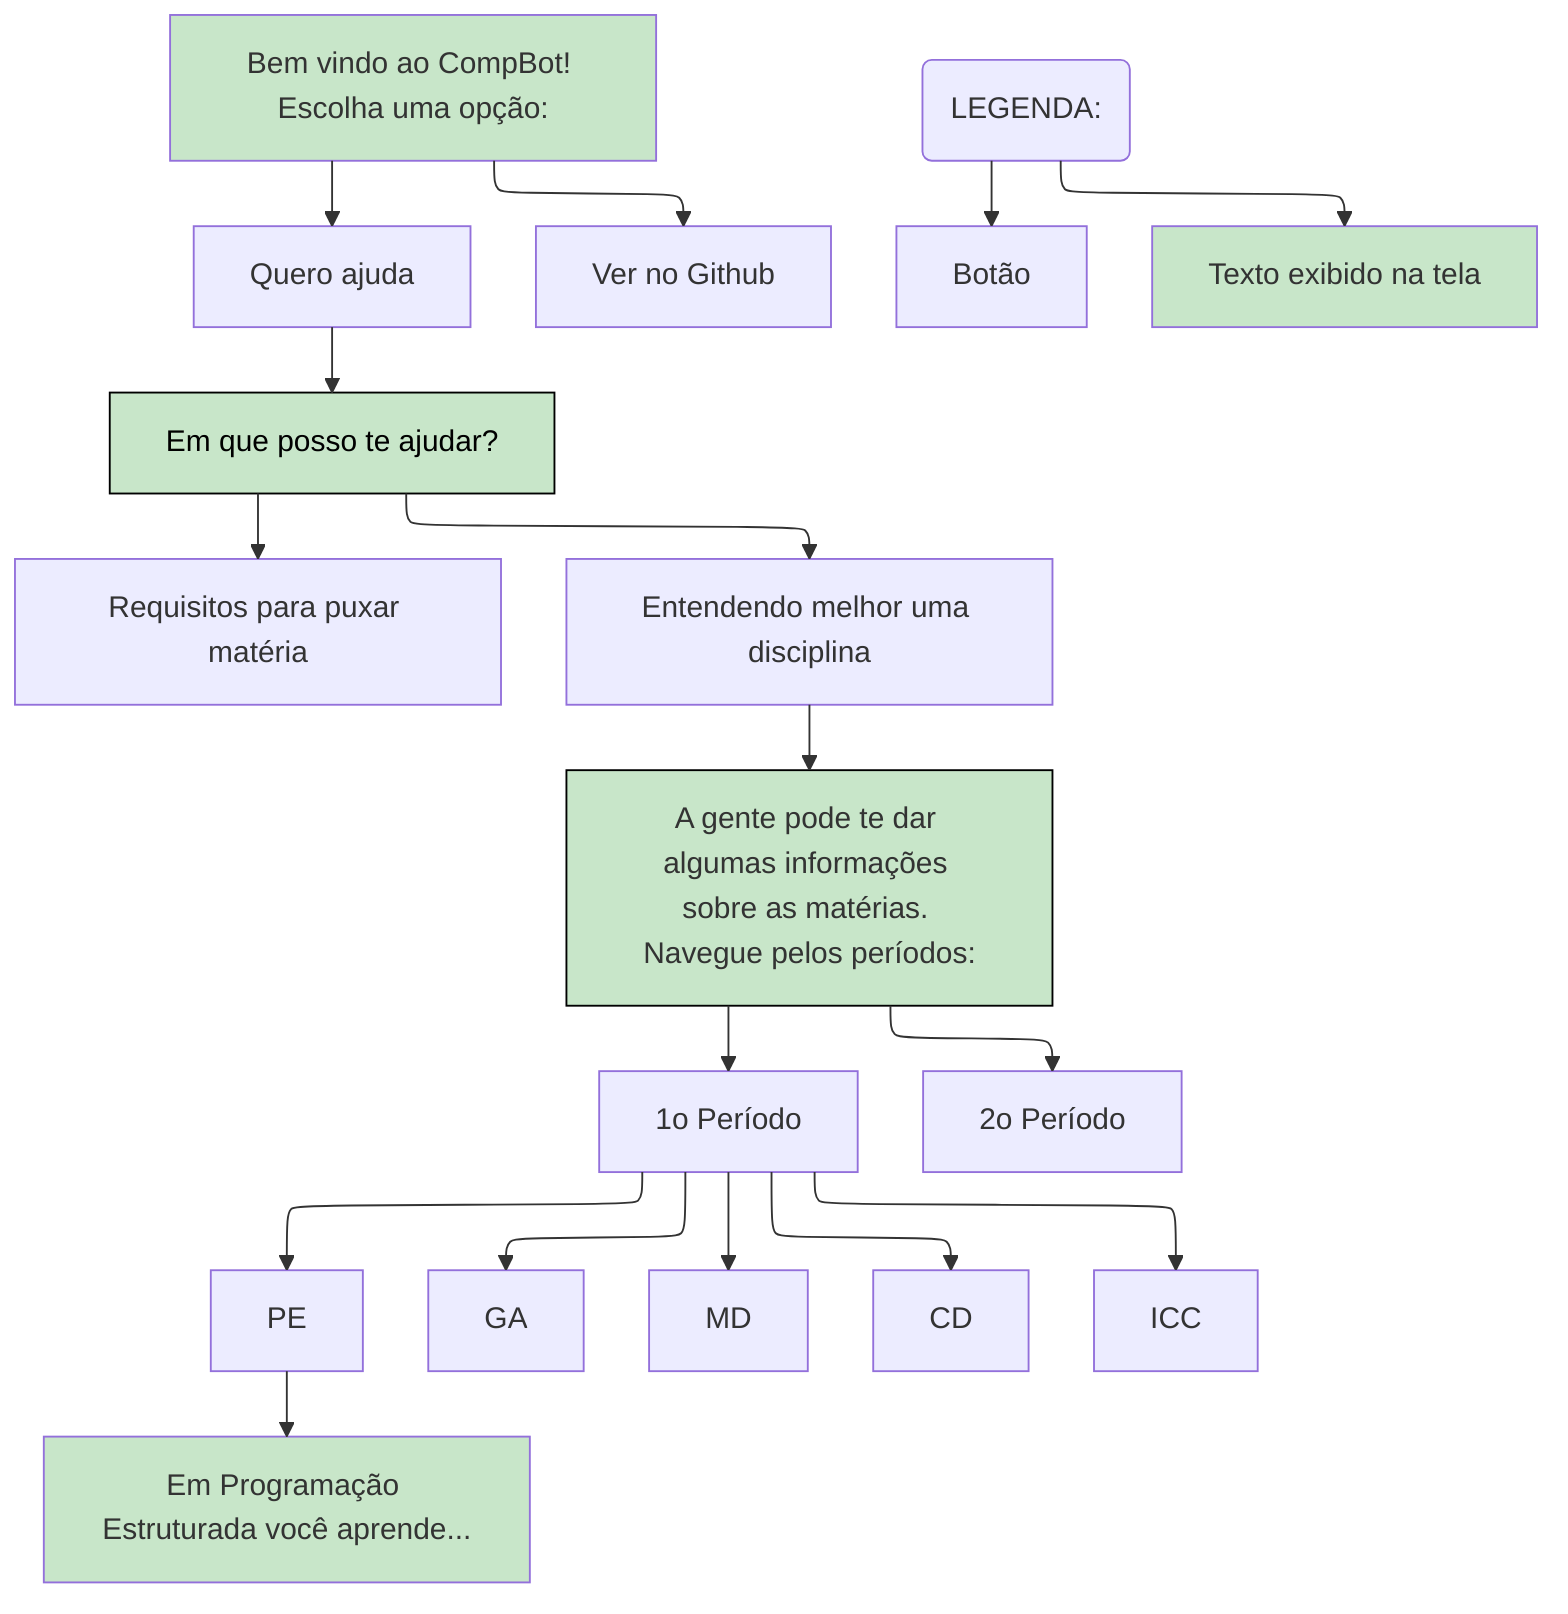
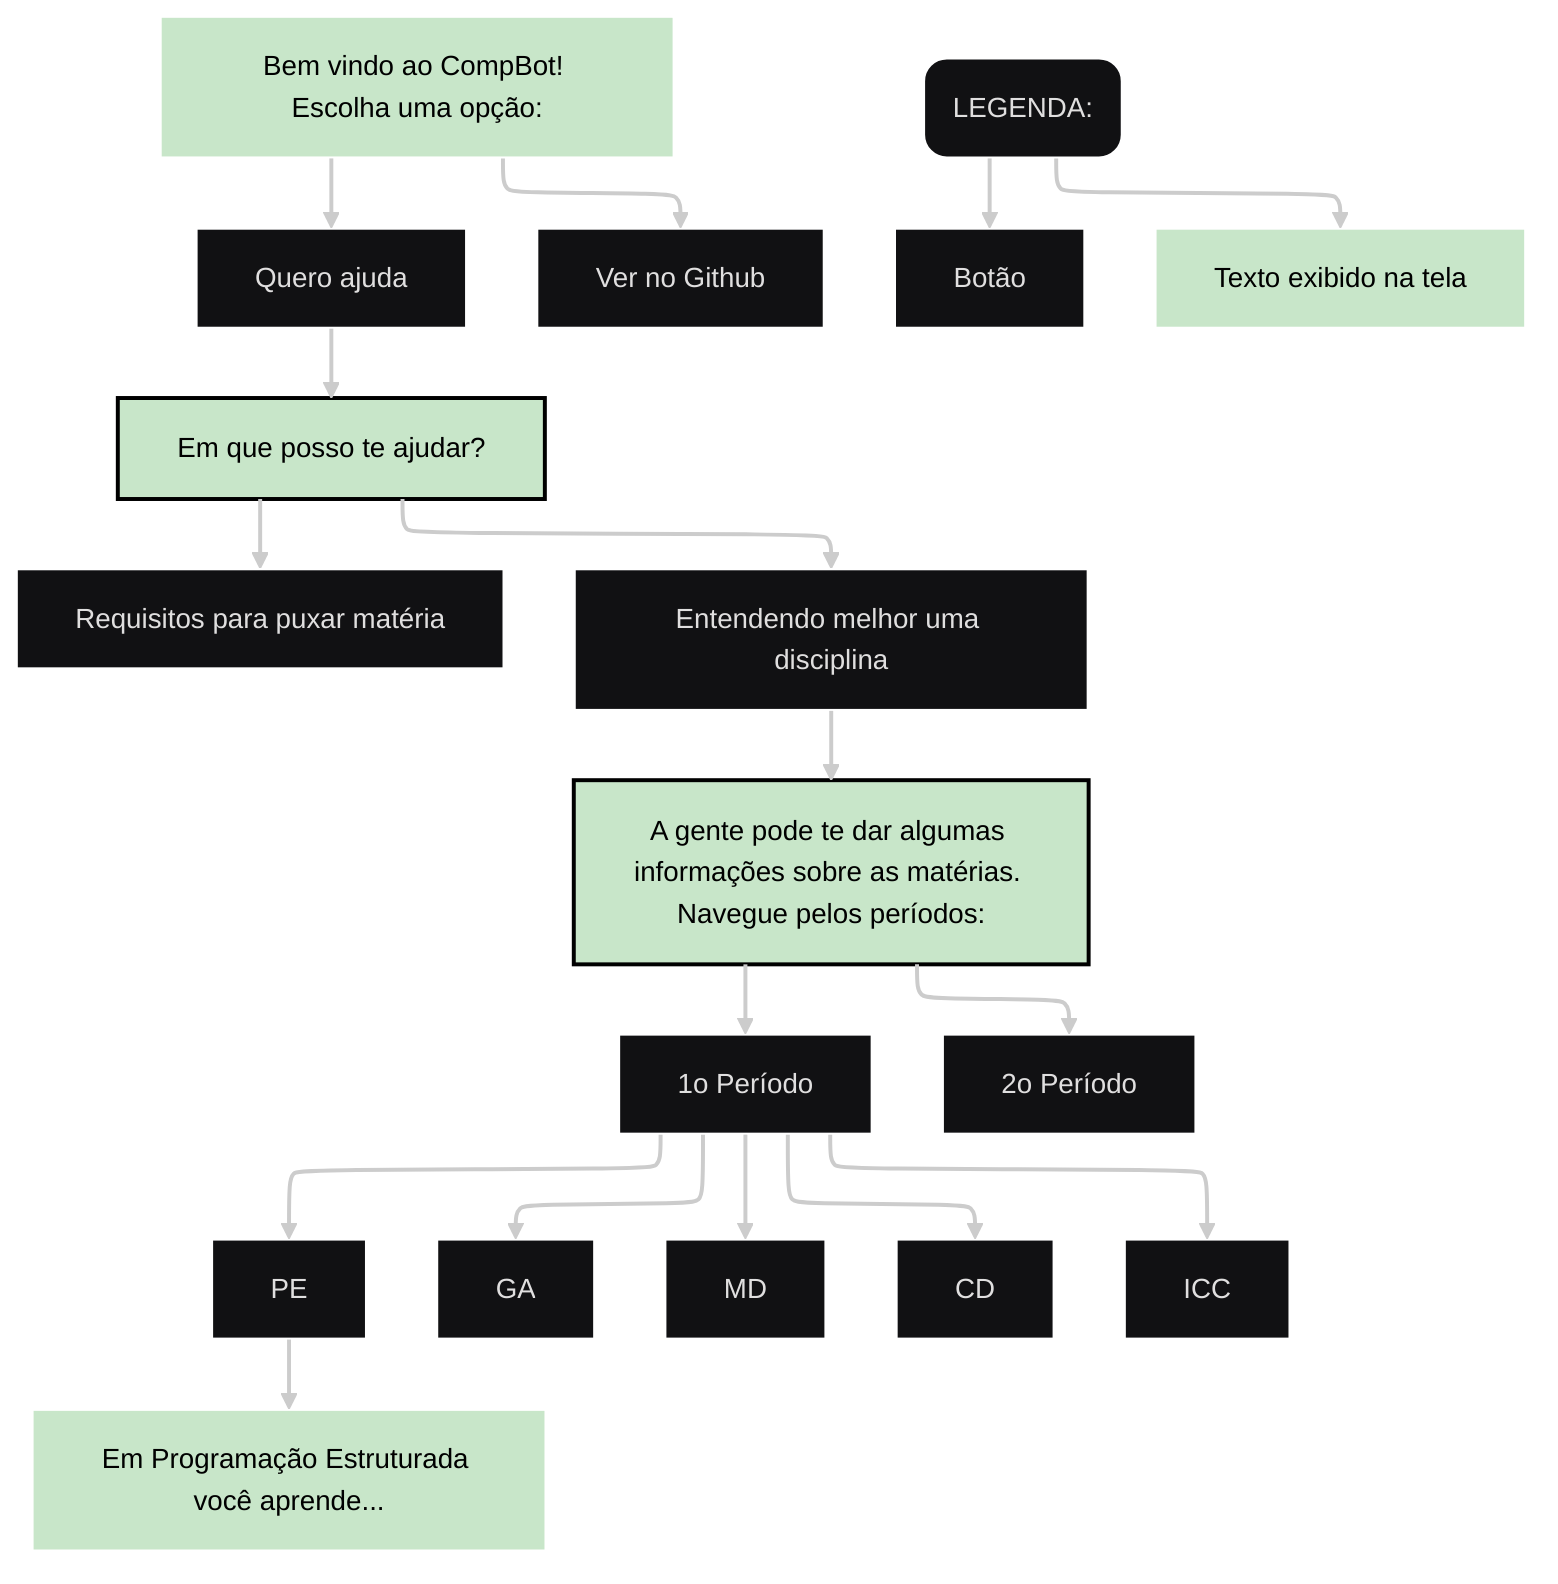
---
config:
  layout: elk
+   theme: redux-dark
---
flowchart TB
    A["Bem vindo ao CompBot! Escolha uma opção:"] --> n2["Quero ajuda"] & n4["Ver no Github"]
    n2 --> n5["Em que posso te ajudar?"]
    n5 --> n6["Requisitos para puxar matéria"] & n7["Entendendo melhor uma disciplina"]
    n7 --> n9["A gente pode te dar algumas informações sobre as matérias. Navegue pelos períodos:"]
    n9 --> n10["1o Período"] & n11["2o Período"]
    n10 --> n12["PE"] & n13["GA"] & n14["MD"] & n15["CD"] & n16["ICC"]
    n12 --> n17["Em Programação Estruturada você aprende..."]
    n21["LEGENDA:"] --> n20["Botão"] & n19["Texto exibido na tela"]

    n21@{ shape: rounded}
-     style A fill:#C8E6C9
+     style A fill:#C8E6C9,color:#000000
    style n5 color:#000000,stroke:#000000,fill:#C8E6C9
-     style n9 stroke:#000000,fill:#C8E6C9
-     style n17 fill:#C8E6C9
-     style n19 fill:#C8E6C9+     style n9 stroke:#000000,fill:#C8E6C9,color:#000000
+     style n17 fill:#C8E6C9,color:#000000
+     style n19 fill:#C8E6C9,color:#000000